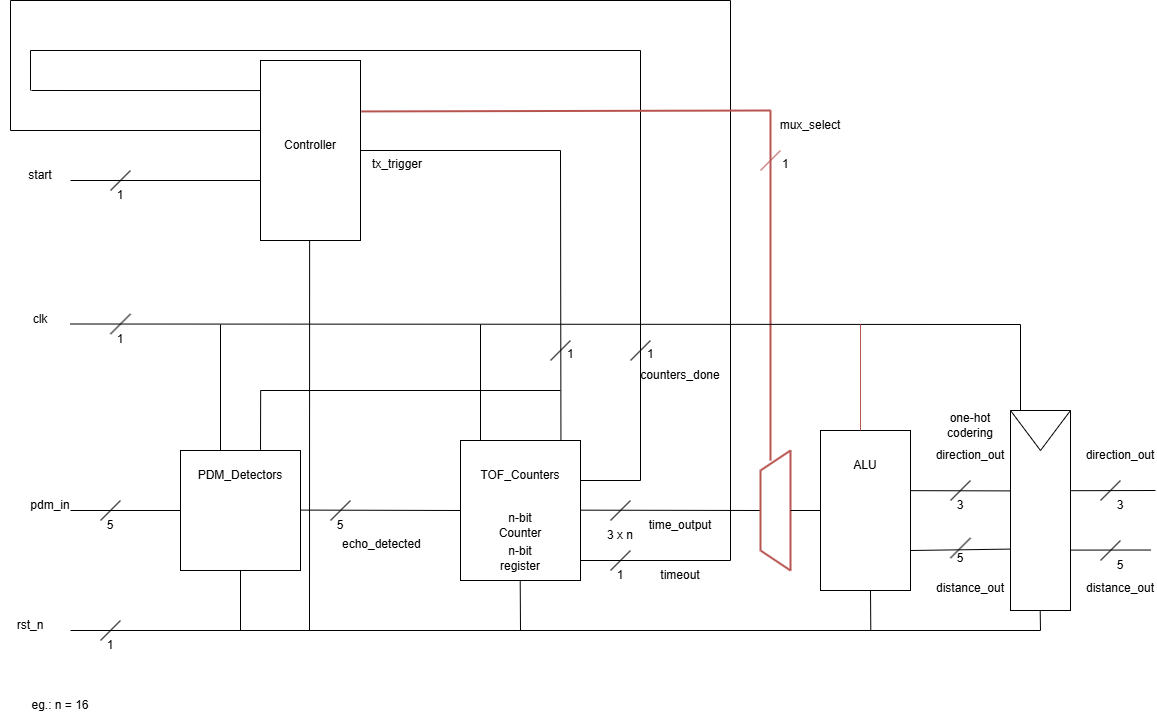
Before: docs/images/Architecture-TOF.png, a diagram exported from draw.io (kul-tt2026/ttsky-group07-siliconsonics). Source tidied: cells renumbered, new cells last; positions are measured from the earlier drawing's top-left corner, leaving out a move shared by most shapes.
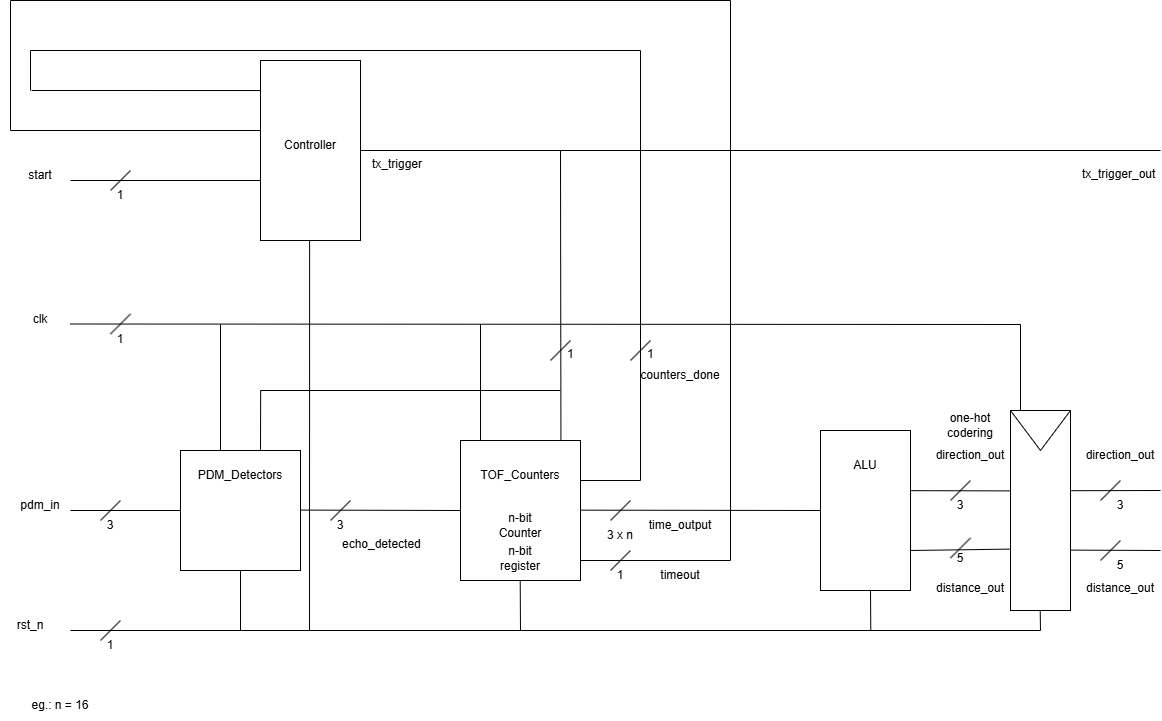
Later version of the same file.

Commit message:
refactor: redesign diagram

The edit, as a diff of the source:
```diff
@@ -21,7 +21,7 @@
       </mxGeometry>
     </mxCell>
     <mxCell id="6" value="pdm_in" style="text;html=1;align=center;verticalAlign=middle;whiteSpace=wrap;rounded=0;" parent="1" vertex="1">
-      <mxGeometry x="20" y="490" width="60" height="30" as="geometry" />
+      <mxGeometry x="10" y="490" width="60" height="30" as="geometry" />
     </mxCell>
     <mxCell id="7" style="endArrow=none;html=1;" parent="1" edge="1">
       <mxGeometry relative="1" as="geometry">
@@ -29,7 +29,7 @@
         <mxPoint x="120" y="500" as="targetPoint" />
       </mxGeometry>
     </mxCell>
-    <mxCell id="8" value="5" style="text;html=1;align=center;verticalAlign=middle;whiteSpace=wrap;rounded=0;" parent="1" vertex="1">
+    <mxCell id="8" value="3" style="text;html=1;align=center;verticalAlign=middle;whiteSpace=wrap;rounded=0;" parent="1" vertex="1">
       <mxGeometry x="80" y="510" width="60" height="30" as="geometry" />
     </mxCell>
     <mxCell id="9" value="Controller" style="text;html=1;align=center;verticalAlign=middle;whiteSpace=wrap;rounded=0;" parent="1" vertex="1">
@@ -55,7 +55,7 @@
         <mxPoint x="350" y="500" as="targetPoint" />
       </mxGeometry>
     </mxCell>
-    <mxCell id="15" value="5" style="text;html=1;align=center;verticalAlign=middle;whiteSpace=wrap;rounded=0;" parent="1" vertex="1">
+    <mxCell id="15" value="3" style="text;html=1;align=center;verticalAlign=middle;whiteSpace=wrap;rounded=0;" parent="1" vertex="1">
       <mxGeometry x="310" y="510" width="60" height="30" as="geometry" />
     </mxCell>
     <mxCell id="16" style="rounded=0;whiteSpace=wrap;html=1;" parent="1" vertex="1">
@@ -64,10 +64,9 @@
     <mxCell id="17" value="ALU" style="text;html=1;align=center;verticalAlign=middle;whiteSpace=wrap;rounded=0;" parent="1" vertex="1">
       <mxGeometry x="835" y="450" width="60" height="30" as="geometry" />
     </mxCell>
-    <mxCell id="18" style="endArrow=none;html=1;" parent="1" edge="1">
+    <mxCell id="18" style="endArrow=none;html=1;entryX=0;entryY=0.5;entryDx=0;entryDy=0;" parent="1" edge="1" target="16">
       <mxGeometry relative="1" as="geometry">
         <mxPoint x="580" y="509.7" as="sourcePoint" />
-        <mxPoint x="760" y="510" as="targetPoint" />
       </mxGeometry>
     </mxCell>
     <mxCell id="19" style="endArrow=none;html=1;entryX=0;entryY=0.402;entryDx=0;entryDy=0;entryPerimeter=0;exitX=1;exitY=0.376;exitDx=0;exitDy=0;exitPerimeter=0;" parent="1" edge="1" source="16" target="65">
@@ -112,7 +111,7 @@
     <mxCell id="29" style="endArrow=none;html=1;" parent="1" edge="1">
       <mxGeometry relative="1" as="geometry">
         <mxPoint x="360" y="150" as="sourcePoint" />
-        <mxPoint x="560" y="150" as="targetPoint" />
+        <mxPoint x="1160" y="150" as="targetPoint" />
       </mxGeometry>
     </mxCell>
     <mxCell id="30" style="endArrow=none;html=1;exitX=0.837;exitY=-0.002;exitDx=0;exitDy=0;exitPerimeter=0;" parent="1" edge="1" source="12">
@@ -308,12 +307,12 @@
     </mxCell>
     <mxCell id="72" style="endArrow=none;html=1;exitX=1.013;exitY=0.401;exitDx=0;exitDy=0;exitPerimeter=0;" parent="1" edge="1" source="65">
       <mxGeometry relative="1" as="geometry">
-        <mxPoint x="1155" y="490" as="targetPoint" />
+        <mxPoint x="1160" y="490" as="targetPoint" />
       </mxGeometry>
     </mxCell>
     <mxCell id="73" style="endArrow=none;html=1;exitX=0.994;exitY=0.698;exitDx=0;exitDy=0;exitPerimeter=0;" parent="1" edge="1" source="65">
       <mxGeometry relative="1" as="geometry">
-        <mxPoint x="1150" y="549.5" as="targetPoint" />
+        <mxPoint x="1160" y="550" as="targetPoint" />
       </mxGeometry>
     </mxCell>
     <mxCell id="74" style="triangle;whiteSpace=wrap;html=1;rotation=90;" parent="1" vertex="1">
@@ -322,58 +321,6 @@
     <mxCell id="75" value="n-bit register" style="text;html=1;align=center;verticalAlign=middle;whiteSpace=wrap;rounded=0;" parent="1" vertex="1">
       <mxGeometry x="490" y="542.5" width="60" height="30" as="geometry" />
     </mxCell>
-    <mxCell id="76" style="endArrow=none;html=1;strokeWidth=2;fillColor=#f8cecc;strokeColor=#b85450;" parent="1" edge="1">
-      <mxGeometry relative="1" as="geometry">
-        <mxPoint x="760" y="470" as="sourcePoint" />
-        <mxPoint x="790" y="450" as="targetPoint" />
-      </mxGeometry>
-    </mxCell>
-    <mxCell id="77" style="endArrow=none;html=1;strokeWidth=2;fillColor=#f8cecc;strokeColor=#b85450;" parent="1" edge="1">
-      <mxGeometry relative="1" as="geometry">
-        <mxPoint x="760" y="550" as="sourcePoint" />
-        <mxPoint x="760" y="470" as="targetPoint" />
-      </mxGeometry>
-    </mxCell>
-    <mxCell id="78" style="endArrow=none;html=1;strokeWidth=2;fillColor=#f8cecc;strokeColor=#b85450;" parent="1" edge="1">
-      <mxGeometry relative="1" as="geometry">
-        <mxPoint x="790" y="570" as="sourcePoint" />
-        <mxPoint x="760" y="550" as="targetPoint" />
-      </mxGeometry>
-    </mxCell>
-    <mxCell id="79" style="endArrow=none;html=1;strokeWidth=2;fillColor=#f8cecc;strokeColor=#b85450;" parent="1" edge="1">
-      <mxGeometry relative="1" as="geometry">
-        <mxPoint x="790" y="570" as="sourcePoint" />
-        <mxPoint x="790" y="450" as="targetPoint" />
-      </mxGeometry>
-    </mxCell>
-    <mxCell id="80" style="endArrow=none;html=1;strokeWidth=2;fillColor=#f8cecc;strokeColor=#b85450;" parent="1" edge="1">
-      <mxGeometry relative="1" as="geometry">
-        <mxPoint x="770" y="460" as="sourcePoint" />
-        <mxPoint x="770" y="110" as="targetPoint" />
-      </mxGeometry>
-    </mxCell>
-    <mxCell id="81" style="endArrow=none;html=1;strokeWidth=2;exitX=1.008;exitY=0.283;exitDx=0;exitDy=0;exitPerimeter=0;fillColor=#f8cecc;strokeColor=#b85450;" parent="1" edge="1" source="2">
-      <mxGeometry relative="1" as="geometry">
-        <mxPoint x="770" y="110" as="targetPoint" />
-      </mxGeometry>
-    </mxCell>
-    <mxCell id="82" value="mux_select" style="text;html=1;align=center;verticalAlign=middle;whiteSpace=wrap;rounded=0;" parent="1" vertex="1">
-      <mxGeometry x="760" y="110" width="100" height="30" as="geometry" />
-    </mxCell>
-    <mxCell id="83" style="endArrow=none;html=1;entryX=0;entryY=0.5;entryDx=0;entryDy=0;" parent="1" edge="1" target="16">
-      <mxGeometry relative="1" as="geometry">
-        <mxPoint x="790" y="510" as="sourcePoint" />
-      </mxGeometry>
-    </mxCell>
-    <mxCell id="84" style="endArrow=none;html=1;fillColor=#f8cecc;strokeColor=#b85450;" parent="1" edge="1">
-      <mxGeometry relative="1" as="geometry">
-        <mxPoint x="760" y="170" as="sourcePoint" />
-        <mxPoint x="780" y="150" as="targetPoint" />
-      </mxGeometry>
-    </mxCell>
-    <mxCell id="85" value="1" style="text;whiteSpace=wrap;html=1;" parent="1" vertex="1">
-      <mxGeometry x="780" y="150" width="20" height="30" as="geometry" />
-    </mxCell>
     <mxCell id="86" style="endArrow=none;html=1;" parent="1" edge="1">
       <mxGeometry relative="1" as="geometry">
         <mxPoint x="70" y="323.5" as="sourcePoint" />
@@ -410,12 +357,6 @@
         <mxPoint x="480" y="324" as="targetPoint" />
       </mxGeometry>
     </mxCell>
-    <mxCell id="93" style="endArrow=none;html=1;fillColor=#f8cecc;strokeColor=#b85450;" parent="1" edge="1">
-      <mxGeometry relative="1" as="geometry">
-        <mxPoint x="860" y="430" as="sourcePoint" />
-        <mxPoint x="860" y="324" as="targetPoint" />
-      </mxGeometry>
-    </mxCell>
     <mxCell id="94" style="endArrow=none;html=1;entryX=0.5;entryY=1;entryDx=0;entryDy=0;" parent="1" edge="1" target="10">
       <mxGeometry relative="1" as="geometry">
         <mxPoint x="240" y="630" as="sourcePoint" />
@@ -439,5 +380,8 @@
         <mxPoint x="1039.7" y="610" as="targetPoint" />
       </mxGeometry>
     </mxCell>
+    <mxCell id="98" value="tx_trigger_out" style="text;whiteSpace=wrap;html=1;" parent="1" vertex="1">
+      <mxGeometry x="1080" y="160" width="80" height="40" as="geometry" />
+    </mxCell>
   </root>
 </mxGraphModel>
```
